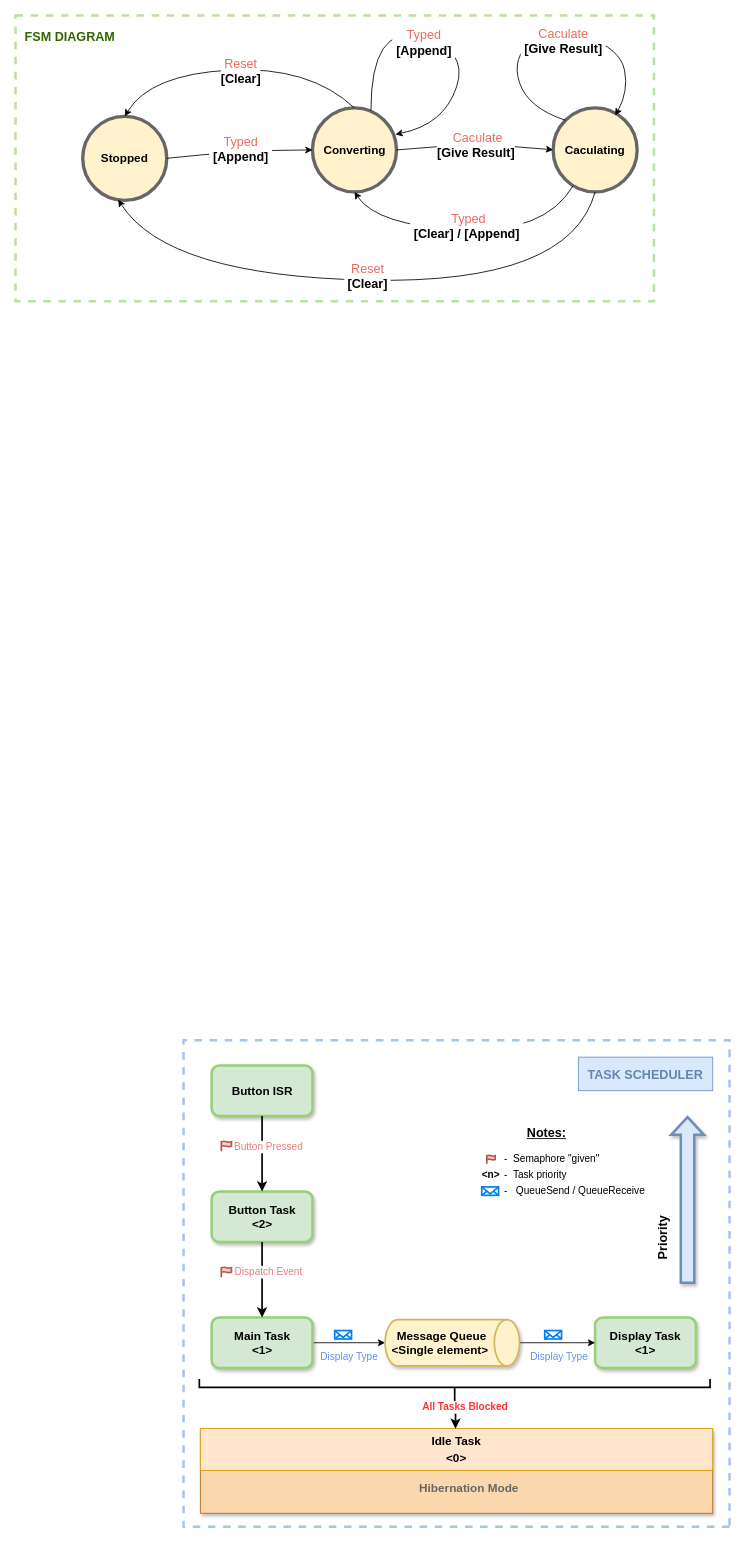
Earlier version of the draw.io diagram Untitled Diagram.drawio (trieu1162000/AESP). Source tidied: cells renumbered, new cells numbered last; positions are measured from the earlier drawing's top-left corner, leaving out a move shared by most shapes. Both pictures are drawn from the tidied source at 84%, with x=0, y=0 at pixel (15, 15).
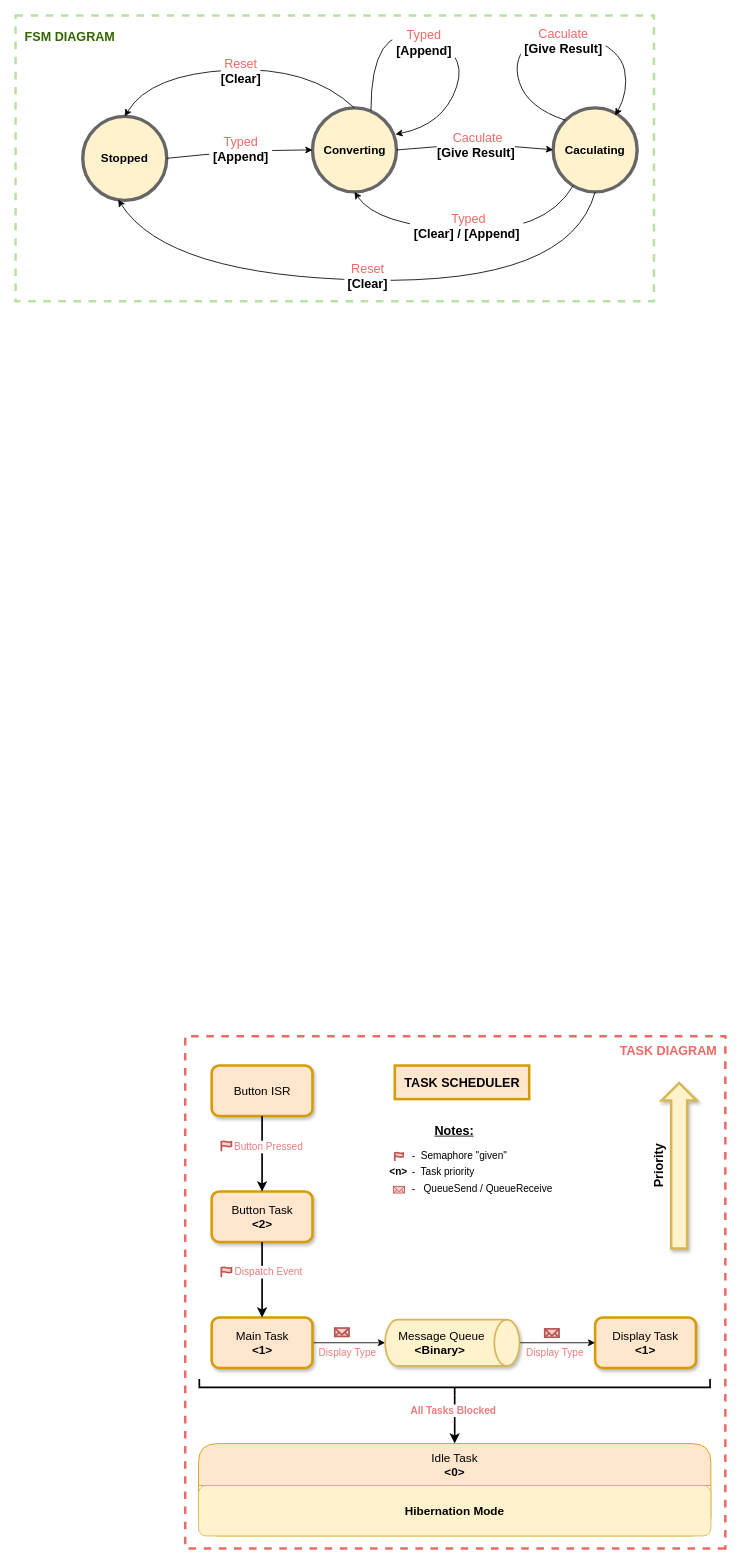
Above is the later version.

Unchanged cells that the change refers to:
```xml
<mxCell id="32" style="curved=1;endArrow=classic;html=1;rounded=0;exitX=0.5;exitY=1;exitDx=0;exitDy=0;entryX=0.5;entryY=0;entryDx=0;entryDy=0;strokeWidth=2;" parent="1" edge="1" source="20" target="22">
  <mxGeometry relative="1" as="geometry" />
</mxCell>
<mxCell id="40" style="strokeWidth=2;html=1;shape=mxgraph.flowchart.annotation_2;align=left;labelPosition=right;rotation=-90;" parent="1" vertex="1">
  <mxGeometry x="512.8" y="1329.2" width="20" height="608" as="geometry" />
</mxCell>
```

What changed in the source:
```diff
@@
+    <mxCell id="3" style="rounded=0;whiteSpace=wrap;html=1;strokeColor=#EA6B66;align=center;verticalAlign=middle;fontFamily=Helvetica;fontSize=12;fontColor=default;fillColor=default;dashed=1;shadow=0;glass=0;perimeterSpacing=0;strokeWidth=3;direction=west;" parent="1" vertex="1">
+      <mxGeometry x="202" y="1215" width="643" height="610" as="geometry" />
+    </mxCell>
@@
-    <mxCell id="3" style="rounded=0;whiteSpace=wrap;html=1;strokeColor=#A9C4EB;align=center;verticalAlign=middle;fontFamily=Helvetica;fontSize=12;fontColor=default;fillColor=default;dashed=1;shadow=0;glass=0;perimeterSpacing=0;strokeWidth=3;direction=west;" parent="1" vertex="1">
-      <mxGeometry x="200" y="1220" width="650" height="579" as="geometry" />
-    </mxCell>
@@
-    <mxCell id="19" value="&lt;b&gt;&lt;font style=&quot;font-size: 14px;&quot;&gt;Button ISR&lt;/font&gt;&lt;/b&gt;" style="rounded=1;whiteSpace=wrap;html=1;fillColor=#D5E8D4;shadow=1;strokeWidth=3;strokeColor=#97D077;" parent="1" vertex="1">
+    <mxCell id="19" value="&lt;font style=&quot;font-size: 14px;&quot;&gt;Button ISR&lt;/font&gt;" style="rounded=1;whiteSpace=wrap;html=1;fillColor=#ffe6cc;shadow=1;strokeWidth=3;strokeColor=#d79b00;" parent="1" vertex="1">
       <mxGeometry x="233.5" y="1250" width="120" height="60" as="geometry" />
     </mxCell>
-    <mxCell id="20" value="&lt;b style=&quot;font-size: 14px;&quot;&gt;&lt;font style=&quot;font-size: 14px;&quot;&gt;Button Task&lt;br&gt;&amp;lt;2&amp;gt;&lt;br&gt;&lt;/font&gt;&lt;/b&gt;" style="rounded=1;whiteSpace=wrap;html=1;fillColor=#D5E8D4;strokeWidth=3;strokeColor=#97D077;shadow=1;" parent="1" vertex="1">
+    <mxCell id="20" value="&lt;span style=&quot;font-size: 14px;&quot;&gt;&lt;font style=&quot;font-size: 14px;&quot;&gt;Button Task&lt;br&gt;&lt;b&gt;&amp;lt;2&amp;gt;&lt;/b&gt;&lt;br&gt;&lt;/font&gt;&lt;/span&gt;" style="rounded=1;whiteSpace=wrap;html=1;fillColor=#ffe6cc;strokeWidth=3;strokeColor=#d79b00;shadow=1;" parent="1" vertex="1">
       <mxGeometry x="233.5" y="1400" width="120" height="60" as="geometry" />
     </mxCell>
@@
-    <mxCell id="22" value="&lt;b style=&quot;font-size: 14px;&quot;&gt;&lt;font style=&quot;font-size: 14px;&quot;&gt;Main Task&lt;br&gt;&amp;lt;1&amp;gt;&lt;br&gt;&lt;/font&gt;&lt;/b&gt;" style="rounded=1;whiteSpace=wrap;html=1;fillColor=#D5E8D4;shadow=1;strokeColor=#97D077;strokeWidth=3;" parent="1" vertex="1">
+    <mxCell id="22" value="&lt;span style=&quot;font-size: 14px;&quot;&gt;&lt;font style=&quot;font-size: 14px;&quot;&gt;Main Task&lt;br&gt;&lt;b&gt;&amp;lt;1&amp;gt;&lt;/b&gt;&lt;br&gt;&lt;/font&gt;&lt;/span&gt;" style="rounded=1;whiteSpace=wrap;html=1;fillColor=#ffe6cc;shadow=1;strokeColor=#d79b00;strokeWidth=3;" parent="1" vertex="1">
       <mxGeometry x="233.5" y="1550" width="120" height="60" as="geometry" />
     </mxCell>
@@
-    <mxCell id="25" value="&lt;b style=&quot;font-size: 14px;&quot;&gt;&lt;font style=&quot;font-size: 14px;&quot;&gt;Display Task&lt;br&gt;&amp;lt;1&amp;gt;&lt;br&gt;&lt;/font&gt;&lt;/b&gt;" style="rounded=1;whiteSpace=wrap;html=1;fillColor=#D5E8D4;strokeColor=#97D077;shadow=1;strokeWidth=3;" parent="1" vertex="1">
+    <mxCell id="25" value="&lt;span style=&quot;font-size: 14px;&quot;&gt;&lt;font style=&quot;font-size: 14px;&quot;&gt;Display Task&lt;br&gt;&lt;b&gt;&amp;lt;1&amp;gt;&lt;/b&gt;&lt;br&gt;&lt;/font&gt;&lt;/span&gt;" style="rounded=1;whiteSpace=wrap;html=1;fillColor=#ffe6cc;strokeColor=#d79b00;shadow=1;strokeWidth=3;" parent="1" vertex="1">
       <mxGeometry x="690" y="1550" width="120" height="60" as="geometry" />
     </mxCell>
-    <mxCell id="26" value="&lt;span style=&quot;font-size: 15px;&quot;&gt;&lt;b&gt;&lt;font color=&quot;#6286b3&quot;&gt;TASK SCHEDULER&lt;/font&gt;&lt;br&gt;&lt;/b&gt;&lt;/span&gt;" style="text;html=1;strokeColor=#6c8ebf;fillColor=#dae8fc;align=center;verticalAlign=middle;whiteSpace=wrap;rounded=0;fontSize=12;fontFamily=Helvetica;" parent="1" vertex="1">
-      <mxGeometry x="670" y="1240" width="160" height="40" as="geometry" />
-    </mxCell>
@@
     <mxCell id="28" value="&lt;font style=&quot;&quot;&gt;&lt;font size=&quot;1&quot; style=&quot;&quot;&gt;&lt;b style=&quot;font-size: 15px;&quot;&gt;Priority&lt;/b&gt;&lt;/font&gt;&lt;br&gt;&lt;/font&gt;" style="text;html=1;strokeColor=none;fillColor=none;align=center;verticalAlign=middle;whiteSpace=wrap;rounded=0;fontSize=12;fontFamily=Helvetica;fontColor=default;rotation=-90;" parent="1" vertex="1">
-      <mxGeometry x="740" y="1440" width="60" height="30" as="geometry" />
+      <mxGeometry x="730" y="1354.2" width="70" height="30" as="geometry" />
     </mxCell>
@@
-    <mxCell id="33" value="&lt;font style=&quot;&quot;&gt;&lt;font style=&quot;font-size: 12px;&quot;&gt;Dispatch Event&lt;/font&gt;&lt;br&gt;&lt;/font&gt;" style="edgeLabel;html=1;align=center;verticalAlign=middle;fontColor=#e87d7d;" parent="32" vertex="1">
+    <mxCell id="33" value="&lt;font style=&quot;&quot;&gt;&lt;span style=&quot;font-size: 12px;&quot;&gt;Dispatch Event&lt;/span&gt;&lt;br&gt;&lt;/font&gt;" style="edgeLabel;html=1;align=center;verticalAlign=middle;fontColor=#e87d7d;" parent="32" vertex="1">
       <mxGeometry x="0.05" y="5" relative="1" as="geometry">
         <mxPoint x="2" y="-12" as="offset" />
       </mxGeometry>
     </mxCell>
@@
     <mxCell id="35" value="&lt;font style=&quot;font-size: 15px;&quot;&gt;&lt;br&gt;&lt;/font&gt;" style="edgeLabel;html=1;align=center;verticalAlign=middle;fontColor=#e87d7d;" parent="1" vertex="1">
-      <mxGeometry x="671" y="1332.5" as="geometry" />
+      <mxGeometry x="561.5" y="1329.3" as="geometry" />
     </mxCell>
     <mxCell id="36" value="&lt;p style=&quot;line-height: 140%;&quot;&gt;&lt;font style=&quot;font-size: 12px;&quot;&gt;&lt;b style=&quot;font-size: 15px;&quot;&gt;&lt;u&gt;Notes:&lt;/u&gt;&lt;/b&gt;&lt;br&gt;&lt;/font&gt;&lt;/p&gt;&lt;blockquote style=&quot;margin: 0 0 0 40px; border: none; padding: 0px;&quot;&gt;&lt;/blockquote&gt;&lt;blockquote style=&quot;margin: 0px 0px 0px 40px; border: none; padding: 0px; line-height: 170%;&quot;&gt;&lt;div style=&quot;text-align: left; line-height: 170%;&quot;&gt;&lt;span style=&quot;font-size: 12px;&quot;&gt;&lt;span style=&quot;white-space: pre;&quot;&gt;&#9;&lt;/span&gt;-&amp;nbsp; Semaphore &quot;given&quot;&lt;/span&gt;&lt;/div&gt;&lt;b style=&quot;font-size: 12px;&quot;&gt;&lt;div style=&quot;text-align: left; line-height: 170%;&quot;&gt;&lt;b&gt;&amp;lt;n&amp;gt;&lt;/b&gt;&lt;span style=&quot;font-weight: normal;&quot;&gt;&amp;nbsp;&lt;span style=&quot;white-space: pre;&quot;&gt;&#9;&lt;/span&gt;-&amp;nbsp; Task priority&lt;/span&gt;&lt;/div&gt;&lt;/b&gt;&lt;div style=&quot;text-align: left; line-height: 170%;&quot;&gt;&lt;font style=&quot;font-size: 12px;&quot;&gt;&lt;span style=&quot;&quot;&gt;&lt;span style=&quot;white-space: pre;&quot;&gt;&#9;&lt;/span&gt;-&amp;nbsp; &amp;nbsp;QueueSend / QueueReceive&lt;/span&gt;&lt;/font&gt;&lt;/div&gt;&lt;/blockquote&gt;&lt;blockquote style=&quot;margin: 0 0 0 40px; border: none; padding: 0px;&quot;&gt;&lt;/blockquote&gt;&lt;font style=&quot;font-size: 12px;&quot;&gt;&lt;br&gt;&lt;/font&gt;&lt;p&gt;&lt;/p&gt;" style="edgeLabel;html=1;align=center;verticalAlign=middle;" parent="1" vertex="1">
-      <mxGeometry x="631" y="1372.5" as="geometry" />
+      <mxGeometry x="521.5" y="1369.2" as="geometry" />
     </mxCell>
     <mxCell id="37" style="html=1;verticalLabelPosition=bottom;align=center;labelBackgroundColor=#ffffff;verticalAlign=top;strokeWidth=2;strokeColor=#b85450;shadow=0;dashed=0;shape=mxgraph.ios7.icons.flag;fillColor=#f8cecc;" parent="1" vertex="1">
-      <mxGeometry x="561" y="1356.8" width="10" height="10" as="geometry" />
+      <mxGeometry x="451.5" y="1353.5" width="10" height="10" as="geometry" />
     </mxCell>
@@
-    <mxCell id="39" value="&lt;div style=&quot;font-size: 14px;&quot;&gt;&lt;font style=&quot;font-size: 14px;&quot;&gt;Message Queue&lt;/font&gt;&lt;/div&gt;&lt;div style=&quot;font-size: 14px;&quot;&gt;&lt;font style=&quot;font-size: 14px;&quot;&gt;&amp;lt;Single element&amp;gt;&amp;nbsp;&lt;/font&gt;&lt;/div&gt;" style="shape=cylinder3;whiteSpace=wrap;html=1;boundedLbl=1;backgroundOutline=1;size=15;rotation=0;align=center;flipV=1;flipH=1;direction=north;fillColor=#fff2cc;strokeColor=#d6b656;fontStyle=1;strokeWidth=2;shadow=1;" parent="1" vertex="1">
+    <mxCell id="39" value="&lt;div style=&quot;font-size: 14px;&quot;&gt;&lt;font style=&quot;font-size: 14px; font-weight: normal;&quot;&gt;Message Queue&lt;/font&gt;&lt;/div&gt;&lt;div style=&quot;font-size: 14px;&quot;&gt;&lt;font style=&quot;font-size: 14px;&quot;&gt;&amp;lt;Binary&amp;gt;&amp;nbsp;&lt;/font&gt;&lt;/div&gt;" style="shape=cylinder3;whiteSpace=wrap;html=1;boundedLbl=1;backgroundOutline=1;size=15;rotation=0;align=center;flipV=1;flipH=1;direction=north;fillColor=#fff2cc;strokeColor=#d6b656;fontStyle=1;strokeWidth=2;shadow=1;" parent="1" vertex="1">
       <mxGeometry x="440" y="1552.5" width="160" height="55" as="geometry" />
     </mxCell>
+    <mxCell id="50" style="edgeStyle=orthogonalEdgeStyle;rounded=0;jettySize=auto;html=1;entryX=0.5;entryY=0;entryDx=0;entryDy=0;strokeWidth=2;" parent="1" edge="1" source="40" target="47">
+      <mxGeometry relative="1" as="geometry" />
+    </mxCell>
@@
-    <mxCell id="41" style="html=1;verticalLabelPosition=bottom;align=center;labelBackgroundColor=#ffffff;verticalAlign=top;strokeWidth=2;strokeColor=#0080F0;shadow=0;dashed=0;shape=mxgraph.ios7.icons.mail;" parent="1" vertex="1">
-      <mxGeometry x="380" y="1565.5" width="20" height="10" as="geometry" />
+    <mxCell id="41" style="html=1;verticalLabelPosition=bottom;align=center;labelBackgroundColor=#ffffff;verticalAlign=top;strokeWidth=2;strokeColor=#b85450;shadow=0;dashed=0;shape=mxgraph.ios7.icons.mail;fillColor=#f8cecc;" parent="1" vertex="1">
+      <mxGeometry x="380" y="1562.5" width="17" height="10" as="geometry" />
     </mxCell>
-    <mxCell id="42" style="html=1;verticalLabelPosition=bottom;align=center;labelBackgroundColor=#ffffff;verticalAlign=top;strokeWidth=2;strokeColor=#0080F0;shadow=0;dashed=0;shape=mxgraph.ios7.icons.mail;" parent="1" vertex="1">
-      <mxGeometry x="630" y="1565.5" width="20" height="10" as="geometry" />
+    <mxCell id="42" style="html=1;verticalLabelPosition=bottom;align=center;labelBackgroundColor=#ffffff;verticalAlign=top;strokeWidth=2;strokeColor=#b85450;shadow=0;dashed=0;shape=mxgraph.ios7.icons.mail;fillColor=#f8cecc;" parent="1" vertex="1">
+      <mxGeometry x="630" y="1563.5" width="17" height="10" as="geometry" />
     </mxCell>
-    <mxCell id="43" value="&lt;font style=&quot;&quot;&gt;&lt;font color=&quot;#6590e6&quot; style=&quot;font-size: 12px;&quot;&gt;Display Type&lt;/font&gt;&lt;br&gt;&lt;/font&gt;" style="edgeLabel;html=1;align=center;verticalAlign=middle;fontColor=#e87d7d;" parent="1" vertex="1">
-      <mxGeometry x="400" y="1600" as="geometry">
-        <mxPoint x="-4" y="-4" as="offset" />
-      </mxGeometry>
-    </mxCell>
-    <mxCell id="44" style="shape=flexArrow;endArrow=classic;html=1;rounded=0;fontFamily=Helvetica;fontSize=12;fontColor=default;shadow=1;strokeColor=#6c8ebf;fillColor=#dae8fc;strokeWidth=3;width=14;entryX=0.082;entryY=0.869;entryDx=0;entryDy=0;entryPerimeter=0;" parent="1" edge="1">
+    <mxCell id="44" style="shape=flexArrow;endArrow=classic;html=1;rounded=0;fontFamily=Helvetica;fontSize=12;fontColor=default;shadow=1;strokeColor=#d6b656;fillColor=#fff2cc;strokeWidth=3;width=17;entryX=0.082;entryY=0.869;entryDx=0;entryDy=0;entryPerimeter=0;" parent="1" edge="1">
       <mxGeometry relative="1" as="geometry">
-        <mxPoint x="800" y="1510" as="sourcePoint" />
-        <mxPoint x="800" y="1310" as="targetPoint" />
+        <mxPoint x="790" y="1469.2" as="sourcePoint" />
+        <mxPoint x="790" y="1269.2" as="targetPoint" />
       </mxGeometry>
     </mxCell>
-    <mxCell id="45" style="html=1;verticalLabelPosition=bottom;align=center;labelBackgroundColor=#ffffff;verticalAlign=top;strokeWidth=2;strokeColor=#0080F0;shadow=0;dashed=0;shape=mxgraph.ios7.icons.mail;" parent="1" vertex="1">
-      <mxGeometry x="555" y="1394.5" width="20" height="10" as="geometry" />
+    <mxCell id="45" style="html=1;verticalLabelPosition=bottom;align=center;labelBackgroundColor=#ffffff;verticalAlign=top;strokeWidth=1;strokeColor=#b85450;shadow=0;dashed=0;shape=mxgraph.ios7.icons.mail;fillColor=#f8cecc;" parent="1" vertex="1">
+      <mxGeometry x="450" y="1393.8" width="13" height="8" as="geometry" />
     </mxCell>
-    <mxCell id="46" style="strokeWidth=1;shadow=1;dashed=0;align=right;html=1;shape=mxgraph.mockup.forms.rrect;rSize=0;fontStyle=1;labelBorderColor=none;labelBackgroundColor=none;fillColor=#fad7ac;strokeColor=#b46504;" parent="1" vertex="1">
-      <mxGeometry x="220" y="1683" width="610" height="100" as="geometry" />
-    </mxCell>
-    <mxCell id="47" value="&lt;font style=&quot;font-size: 14px;&quot;&gt;&lt;b&gt;Idle Task&lt;/b&gt;&lt;/font&gt;&lt;div&gt;&lt;font style=&quot;font-size: 14px;&quot;&gt;&lt;b&gt;&amp;lt;0&amp;gt;&lt;/b&gt;&lt;/font&gt;&lt;/div&gt;" style="strokeWidth=1;shadow=0;dashed=0;align=center;html=1;shape=mxgraph.mockup.forms.rrect;rSize=0;strokeColor=#d79b00;fontSize=17;fillColor=#ffe6cc;whiteSpace=wrap;" parent="46" vertex="1">
-      <mxGeometry width="610" height="50" relative="1" as="geometry">
-        <mxPoint y="-1" as="offset" />
-      </mxGeometry>
+    <mxCell id="47" value="&lt;font style=&quot;font-size: 14px; font-weight: normal;&quot;&gt;Idle Task&lt;/font&gt;&lt;div&gt;&lt;font style=&quot;font-size: 14px;&quot;&gt;&amp;lt;0&amp;gt;&lt;/font&gt;&lt;/div&gt;" style="swimlane;fontStyle=1;align=center;verticalAlign=middle;horizontal=1;startSize=50;html=1;whiteSpace=wrap;rounded=1;fillColor=#ffe6cc;strokeColor=#d79b00;" parent="1" vertex="1">
+      <mxGeometry x="217.8" y="1700" width="610" height="110" as="geometry" />
     </mxCell>
-    <mxCell id="48" value="&lt;div style=&quot;&quot;&gt;&lt;b style=&quot;background-color: initial;&quot;&gt;&lt;font style=&quot;font-size: 14px;&quot;&gt;&lt;span style=&quot;white-space: pre;&quot;&gt;&#9;&lt;/span&gt;&lt;span style=&quot;white-space: pre;&quot;&gt;&#9;&lt;/span&gt;&lt;span style=&quot;white-space: pre;&quot;&gt;&#9;&lt;/span&gt;&lt;span style=&quot;white-space: pre;&quot;&gt;&#9;&lt;/span&gt;&lt;span style=&quot;white-space: pre;&quot;&gt;&#9;&lt;/span&gt;&lt;span style=&quot;white-space: pre;&quot;&gt;&#9;&lt;/span&gt;&lt;span style=&quot;white-space: pre;&quot;&gt;&#9;&lt;/span&gt;&lt;span style=&quot;white-space: pre;&quot;&gt;&#9;&lt;/span&gt;Hibernation Mode&lt;/font&gt;&lt;/b&gt;&lt;/div&gt;" style="strokeWidth=1;shadow=0;dashed=0;align=right;html=1;shape=mxgraph.mockup.forms.anchor;fontSize=17;fontColor=#666666;align=left;spacingLeft=5;whiteSpace=wrap;" parent="46" vertex="1">
-      <mxGeometry width="569.33" height="20" relative="1" as="geometry">
-        <mxPoint x="5" y="60" as="offset" />
-      </mxGeometry>
+    <mxCell id="48" value="&lt;font style=&quot;font-size: 14px;&quot;&gt;&lt;b&gt;Hibernation Mode&lt;/b&gt;&lt;/font&gt;" style="text;html=1;strokeColor=#d6b656;fillColor=#fff2cc;align=center;verticalAlign=middle;spacingLeft=4;spacingRight=4;overflow=hidden;whiteSpace=wrap;rounded=1;" parent="47" vertex="1">
+      <mxGeometry y="50" width="610" height="60" as="geometry" />
     </mxCell>
-    <mxCell id="49" value="&lt;font style=&quot;&quot;&gt;&lt;font color=&quot;#6590e6&quot; style=&quot;font-size: 12px;&quot;&gt;Display Type&lt;/font&gt;&lt;br&gt;&lt;/font&gt;" style="edgeLabel;html=1;align=center;verticalAlign=middle;fontColor=#e87d7d;" parent="1" vertex="1">
-      <mxGeometry x="650" y="1600" as="geometry">
-        <mxPoint x="-4" y="-4" as="offset" />
-      </mxGeometry>
-    </mxCell>
-    <mxCell id="50" style="edgeStyle=orthogonalEdgeStyle;rounded=0;jettySize=auto;html=1;entryX=0.498;entryY=0.007;entryDx=0;entryDy=0;entryPerimeter=0;strokeWidth=2;" parent="1" edge="1" source="40" target="47">
-      <mxGeometry relative="1" as="geometry" />
-    </mxCell>
+    <mxCell id="52" value="&lt;font style=&quot;&quot;&gt;&lt;span style=&quot;font-size: 12px;&quot;&gt;Display Type&lt;/span&gt;&lt;br&gt;&lt;/font&gt;" style="edgeLabel;html=1;align=center;verticalAlign=middle;fontColor=#e87d7d;" parent="1" vertex="1">
+      <mxGeometry x="394" y="1591" as="geometry" />
+    </mxCell>
+    <mxCell id="53" value="&lt;font style=&quot;&quot;&gt;&lt;span style=&quot;font-size: 12px;&quot;&gt;Display Type&lt;/span&gt;&lt;br&gt;&lt;/font&gt;" style="edgeLabel;html=1;align=center;verticalAlign=middle;fontColor=#e87d7d;" parent="1" vertex="1">
+      <mxGeometry x="643" y="1622" as="geometry">
+        <mxPoint x="-2" y="-31" as="offset" />
+      </mxGeometry>
+    </mxCell>
-    <mxCell id="51" value="&lt;font style=&quot;&quot;&gt;&lt;font color=&quot;#ff3333&quot; style=&quot;font-size: 12px;&quot;&gt;&lt;b&gt;All Tasks Blocked&lt;/b&gt;&lt;/font&gt;&lt;br&gt;&lt;/font&gt;" style="edgeLabel;html=1;align=center;verticalAlign=middle;fontColor=#e87d7d;" parent="1" vertex="1">
-      <mxGeometry x="555" y="1650" as="geometry">
-        <mxPoint x="-21" y="6" as="offset" />
-      </mxGeometry>
+    <mxCell id="51" value="&lt;font style=&quot;&quot;&gt;&lt;span style=&quot;font-size: 12px;&quot;&gt;&lt;b&gt;All Tasks Blocked&lt;/b&gt;&lt;/span&gt;&lt;br&gt;&lt;/font&gt;" style="edgeLabel;html=1;align=center;verticalAlign=middle;fontColor=#e87d7d;" parent="1" vertex="1">
+      <mxGeometry x="520" y="1660" as="geometry" />
     </mxCell>
+    <mxCell id="54" value="&lt;span style=&quot;font-size: 15px;&quot;&gt;&lt;b&gt;&lt;font color=&quot;#ea6b66&quot;&gt;TASK DIAGRAM&lt;/font&gt;&lt;br&gt;&lt;/b&gt;&lt;/span&gt;" style="text;html=1;strokeColor=none;fillColor=none;align=center;verticalAlign=middle;whiteSpace=wrap;rounded=0;fontSize=12;fontFamily=Helvetica;fontColor=default;" parent="1" vertex="1">
+      <mxGeometry x="715" y="1217" width="124.8" height="30" as="geometry" />
+    </mxCell>
+    <mxCell id="26" value="&lt;span style=&quot;font-size: 15px;&quot;&gt;&lt;b&gt;TASK SCHEDULER&lt;br&gt;&lt;/b&gt;&lt;/span&gt;" style="text;html=1;strokeColor=#d79b00;fillColor=#ffe6cc;align=center;verticalAlign=middle;whiteSpace=wrap;rounded=0;fontSize=12;fontFamily=Helvetica;strokeWidth=3;" parent="1" vertex="1">
+      <mxGeometry x="451.5" y="1250" width="160" height="40" as="geometry" />
+    </mxCell>
```
